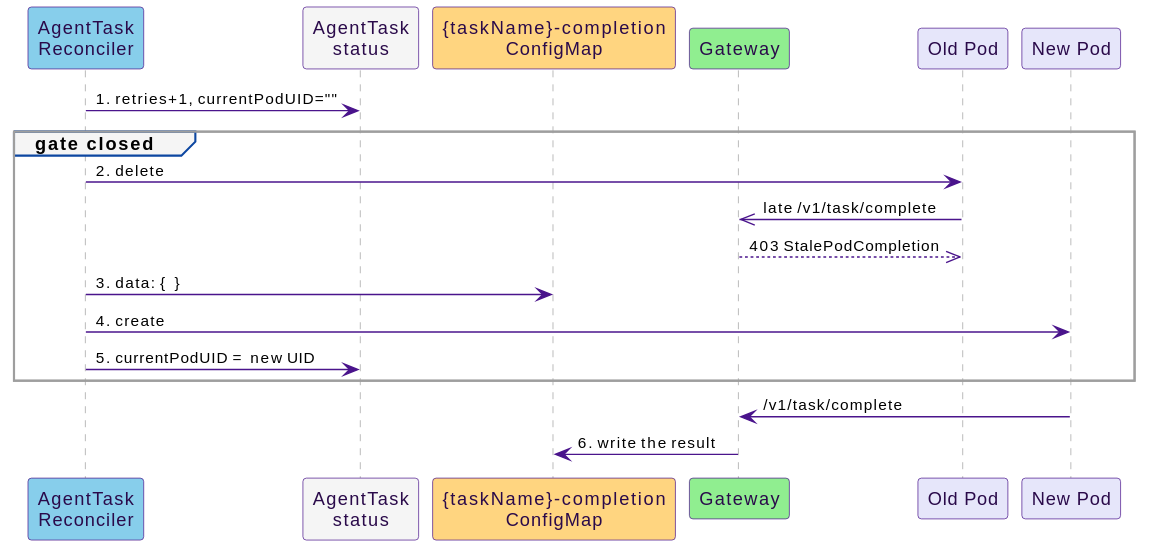
The PlantUML diagram docs/src/diagrams/task-retry-race.svg in win07xp/kaalm, before a commit. Source of this version:
```plantuml
@startuml
!include _style.puml

participant "AgentTask\nReconciler" as R #87CEEB
participant "AgentTask\nstatus" as S #F5F5F5
participant "{taskName}-completion\nConfigMap" as CM #FFD580
participant "Gateway" as G #90EE90
participant "Old Pod" as OP
participant "New Pod" as NP

R -> S : 1. retries+1, currentPodUID=""
group gate closed
  R -> OP : 2. delete
  OP ->> G : late /v1/task/complete
  G -->> OP : 403 StalePodCompletion
  R -> CM : 3. data: {}
  R -> NP : 4. create
  R -> S : 5. currentPodUID = new UID
end
NP -> G : /v1/task/complete
G -> CM : 6. write the result
@enduml
```
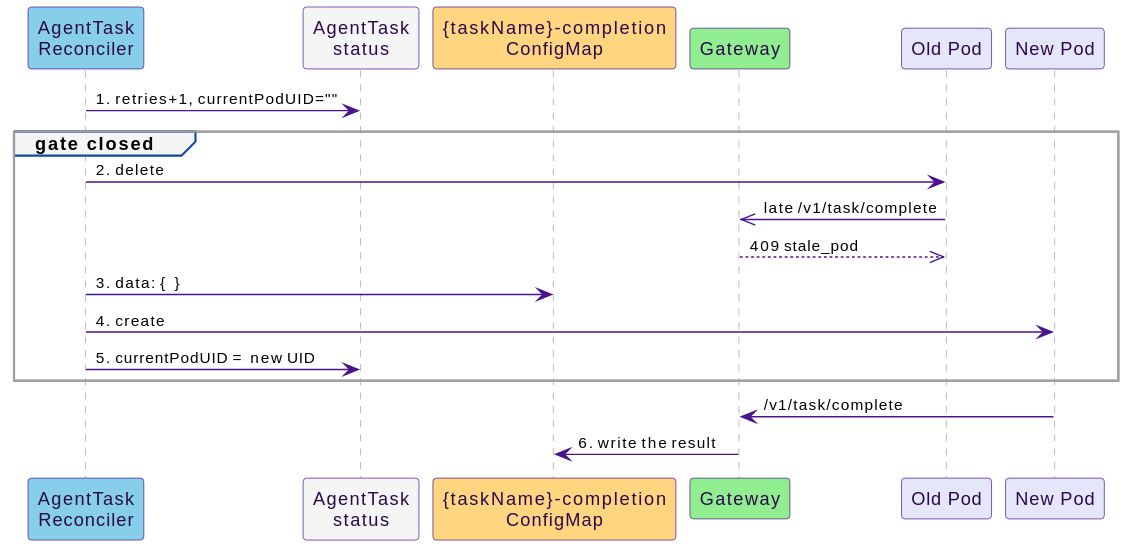
Later version of the same file.

What changed in the source:
```diff
@@ -12,7 +12,7 @@
 group gate closed
   R -> OP : 2. delete
   OP ->> G : late /v1/task/complete
-  G -->> OP : 403 StalePodCompletion
+  G -->> OP : 409 stale_pod
   R -> CM : 3. data: {}
   R -> NP : 4. create
   R -> S : 5. currentPodUID = new UID
```
